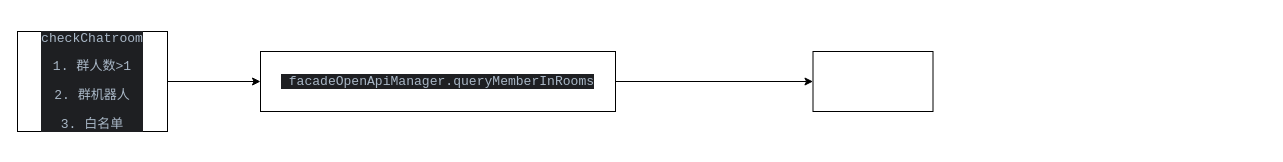
Above: 群消息同步.drawio in 1819011603/- (draw.io), before the change. Source tidied: cells renumbered, new cells numbered last; positions are measured from the earlier drawing's top-left corner, leaving out a move shared by most shapes. Both pictures are drawn from the tidied source at 100%, with x=0, y=0 at pixel (17, 31).
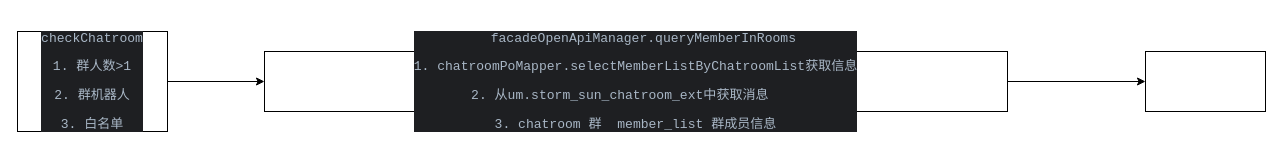
The same diagram, later.

Commit message (it also covers changes not shown here):
更新群消息同步.drawio

Diff of the diagram source:
```diff
@@
 <mxGraphModel>
   <root>
     <mxCell id="0" />
     <mxCell id="1" parent="0" />
     <mxCell id="2" style="edgeStyle=orthogonalEdgeStyle;rounded=0;jettySize=auto;html=1;" parent="1" edge="1" source="3" target="5">
       <mxGeometry relative="1" as="geometry" />
     </mxCell>
     <mxCell id="3" value="&lt;div style=&quot;background-color:#1e1f22;color:#a9b7c6;font-family:'JetBrains Mono',monospace;font-size:9.8pt;&quot;&gt;&lt;pre&gt;checkChatroom&lt;/pre&gt;&lt;pre&gt;1. 群人数&amp;gt;1&lt;/pre&gt;&lt;pre&gt;2. 群机器人&lt;/pre&gt;&lt;pre&gt;3. 白名单&lt;/pre&gt;&lt;/div&gt;" style="rounded=0;whiteSpace=wrap;html=1;" parent="1" vertex="1">
       <mxGeometry width="150" height="100" as="geometry" />
     </mxCell>
     <mxCell id="4" style="edgeStyle=orthogonalEdgeStyle;rounded=0;jettySize=auto;html=1;" parent="1" edge="1" source="5" target="6">
       <mxGeometry relative="1" as="geometry" />
     </mxCell>
-    <mxCell id="5" value="&lt;div style=&quot;background-color:#1e1f22;color:#a9b7c6;font-family:'JetBrains Mono',monospace;font-size:9.8pt;&quot;&gt;&lt;pre&gt; facadeOpenApiManager.queryMemberInRooms&lt;/pre&gt;&lt;/div&gt;" style="whiteSpace=wrap;html=1;rounded=0;" parent="1" vertex="1">
-      <mxGeometry x="243" y="20" width="355" height="60" as="geometry" />
+    <mxCell id="5" value="&lt;div style=&quot;background-color:#1e1f22;color:#a9b7c6;font-family:'JetBrains Mono',monospace;font-size:9.8pt;&quot;&gt;&lt;pre&gt;  facadeOpenApiManager.queryMemberInRooms&lt;/pre&gt;&lt;pre&gt;1. chatroomPoMapper.selectMemberListByChatroomList获取信息&lt;/pre&gt;&lt;pre&gt;2. 从um.storm_sun_chatroom_ext中获取消息&lt;span style=&quot;&quot;&gt;&lt;span style=&quot;&quot;&gt;&amp;nbsp;&amp;nbsp;&amp;nbsp;&amp;nbsp;&lt;/span&gt;&lt;/span&gt;&lt;/pre&gt;&lt;pre&gt;3. chatroom 群  member_list 群成员信息&lt;/pre&gt;&lt;/div&gt;" style="whiteSpace=wrap;html=1;rounded=0;" parent="1" vertex="1">
+      <mxGeometry x="247" y="20" width="743" height="60" as="geometry" />
     </mxCell>
     <mxCell id="6" style="whiteSpace=wrap;html=1;rounded=0;" parent="1" vertex="1">
-      <mxGeometry x="795.5" y="20" width="120" height="60" as="geometry" />
+      <mxGeometry x="1128" y="20" width="120" height="60" as="geometry" />
     </mxCell>
   </root>
 </mxGraphModel>
```
